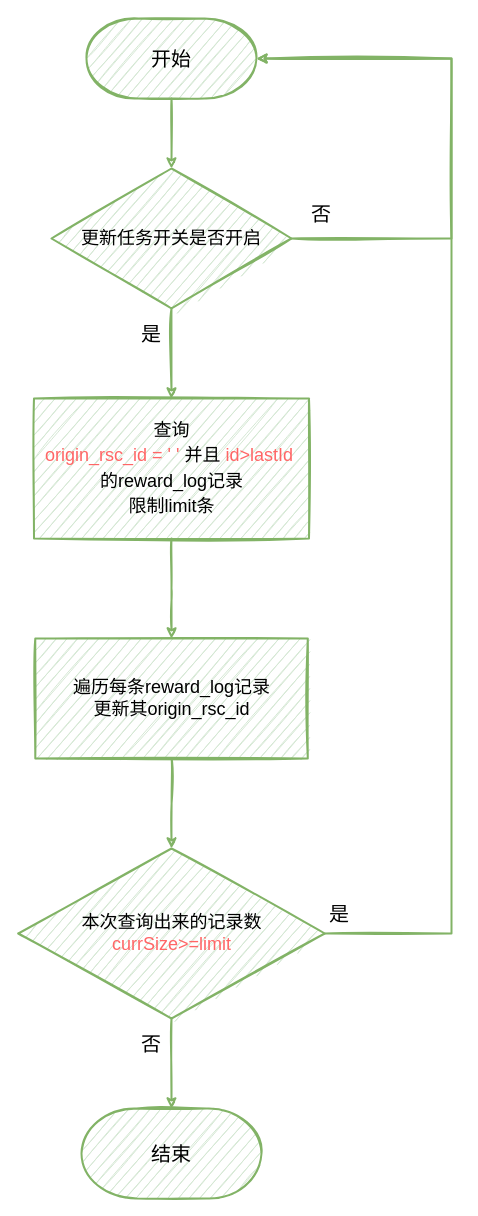
dimdark/my-drawio keeps this draw.io diagram as pictures/更新已有数据的 origin_rsc_id 字段.drawio. Above is the earlier version. Source tidied: cells renumbered, new cells numbered last; positions are measured from the earlier drawing's top-left corner, leaving out a move shared by most shapes. Both pictures are drawn from the tidied source at 100%, with x=0, y=0 at pixel (18, 18).
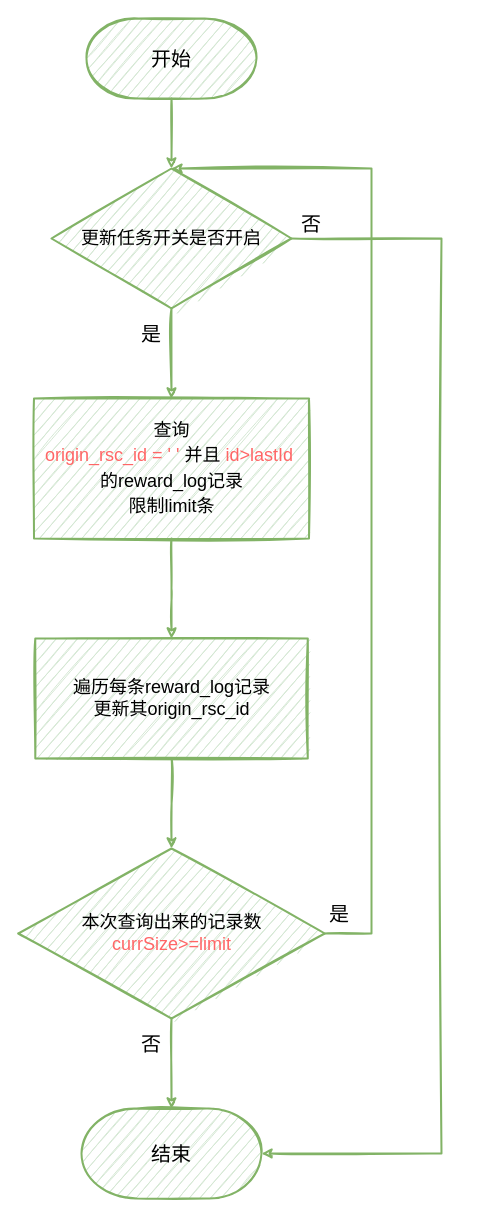
The same page after the edit.

Commit message (it also covers changes not shown here):
更新更新已有数据的 origin_rsc_id 字段.drawio

Unchanged cells that the change refers to:
```xml
<mxCell id="2" value="结束" style="strokeWidth=2;html=1;shape=mxgraph.flowchart.terminator;whiteSpace=wrap;sketch=1;fillColor=#d5e8d4;strokeColor=#82b366;fontSize=20;" parent="1" vertex="1">
  <mxGeometry x="63" y="1090" width="180" height="90" as="geometry" />
</mxCell>
<mxCell id="4" value="开始" style="strokeWidth=2;html=1;shape=mxgraph.flowchart.terminator;whiteSpace=wrap;sketch=1;fontSize=20;fillColor=#d5e8d4;strokeColor=#82b366;" parent="1" vertex="1">
  <mxGeometry x="68" width="170" height="80" as="geometry" />
</mxCell>
<mxCell id="7" value="更新任务开关是否开启" style="rhombus;whiteSpace=wrap;html=1;strokeWidth=2;sketch=1;fontSize=18;fillColor=#d5e8d4;strokeColor=#82b366;" parent="1" vertex="1">
  <mxGeometry x="33" y="150" width="240" height="140" as="geometry" />
</mxCell>
<mxCell id="14" value="本次查询出来的记录数&lt;br&gt;&lt;font color=&quot;#ff6666&quot;&gt;currSize&amp;gt;=limit&lt;/font&gt;" style="rhombus;whiteSpace=wrap;html=1;fontSize=18;strokeWidth=2;sketch=1;fillColor=#d5e8d4;strokeColor=#82b366;" parent="1" vertex="1">
  <mxGeometry x="-0.3" y="830" width="306.6" height="170" as="geometry" />
</mxCell>
```

Diff of the diagram source:
```diff
@@
-    <mxCell id="6" style="edgeStyle=orthogonalEdgeStyle;rounded=0;sketch=1;jettySize=auto;html=1;exitX=1;exitY=0.5;exitDx=0;exitDy=0;entryX=1;entryY=0.5;entryDx=0;entryDy=0;entryPerimeter=0;strokeWidth=2;fontSize=20;fillColor=#d5e8d4;strokeColor=#82b366;" parent="1" edge="1" source="7" target="4">
-      <mxGeometry relative="1" as="geometry">
-        <Array as="points">
-          <mxPoint x="433" y="220" />
-          <mxPoint x="433" y="40" />
-        </Array>
-      </mxGeometry>
-    </mxCell>
+    <mxCell id="19" style="edgeStyle=orthogonalEdgeStyle;rounded=0;sketch=1;jettySize=auto;html=1;exitX=1;exitY=0.5;exitDx=0;exitDy=0;entryX=1;entryY=0.5;entryDx=0;entryDy=0;entryPerimeter=0;strokeWidth=2;fontSize=20;fontColor=#FF6666;fillColor=#d5e8d4;strokeColor=#82b366;" parent="1" edge="1" source="7" target="2">
+      <mxGeometry relative="1" as="geometry">
+        <Array as="points">
+          <mxPoint x="423" y="220" />
+          <mxPoint x="423" y="1135" />
+        </Array>
+      </mxGeometry>
+    </mxCell>
@@
-    <mxCell id="13" style="edgeStyle=orthogonalEdgeStyle;rounded=0;sketch=1;jettySize=auto;html=1;exitX=1;exitY=0.5;exitDx=0;exitDy=0;strokeWidth=2;fontSize=20;fontColor=#FF6666;fillColor=#d5e8d4;strokeColor=#82b366;" parent="1" edge="1" source="14" target="4">
+    <mxCell id="13" style="edgeStyle=orthogonalEdgeStyle;rounded=0;sketch=1;jettySize=auto;html=1;exitX=1;exitY=0.5;exitDx=0;exitDy=0;strokeWidth=2;fontSize=20;fontColor=#FF6666;fillColor=#d5e8d4;strokeColor=#82b366;entryX=0.5;entryY=0;entryDx=0;entryDy=0;" parent="1" edge="1" source="14" target="7">
       <mxGeometry relative="1" as="geometry">
         <Array as="points">
-          <mxPoint x="433" y="915" />
-          <mxPoint x="433" y="40" />
+          <mxPoint x="353" y="915" />
+          <mxPoint x="353" y="150" />
         </Array>
       </mxGeometry>
     </mxCell>
@@
-    <mxCell id="15" value="否" style="text;html=1;strokeColor=none;fillColor=none;align=center;verticalAlign=middle;whiteSpace=wrap;rounded=0;sketch=1;fontSize=20;" parent="1" vertex="1">
-      <mxGeometry x="273" y="180" width="60" height="30" as="geometry" />
-    </mxCell>
@@
+    <mxCell id="15" value="否" style="text;html=1;strokeColor=none;fillColor=none;align=center;verticalAlign=middle;whiteSpace=wrap;rounded=0;sketch=1;fontSize=20;" parent="1" vertex="1">
+      <mxGeometry x="263" y="190" width="60" height="30" as="geometry" />
+    </mxCell>
```
